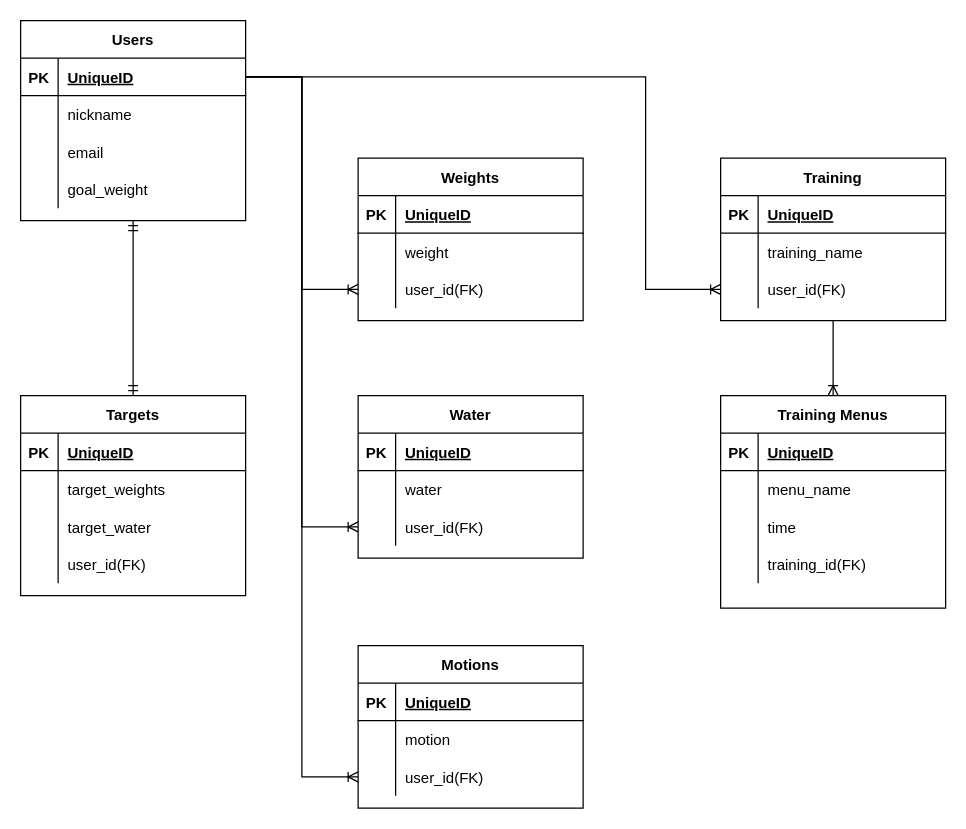
This is dropweight.dio from yukarikariri/dropweight, a draw.io file, before an edit. Source tidied: cells renumbered, new cells numbered last; positions are measured from the earlier drawing's top-left corner, leaving out a move shared by most shapes. Both pictures are drawn from the tidied source at 125%, with x=0, y=0 at pixel (20, 20).
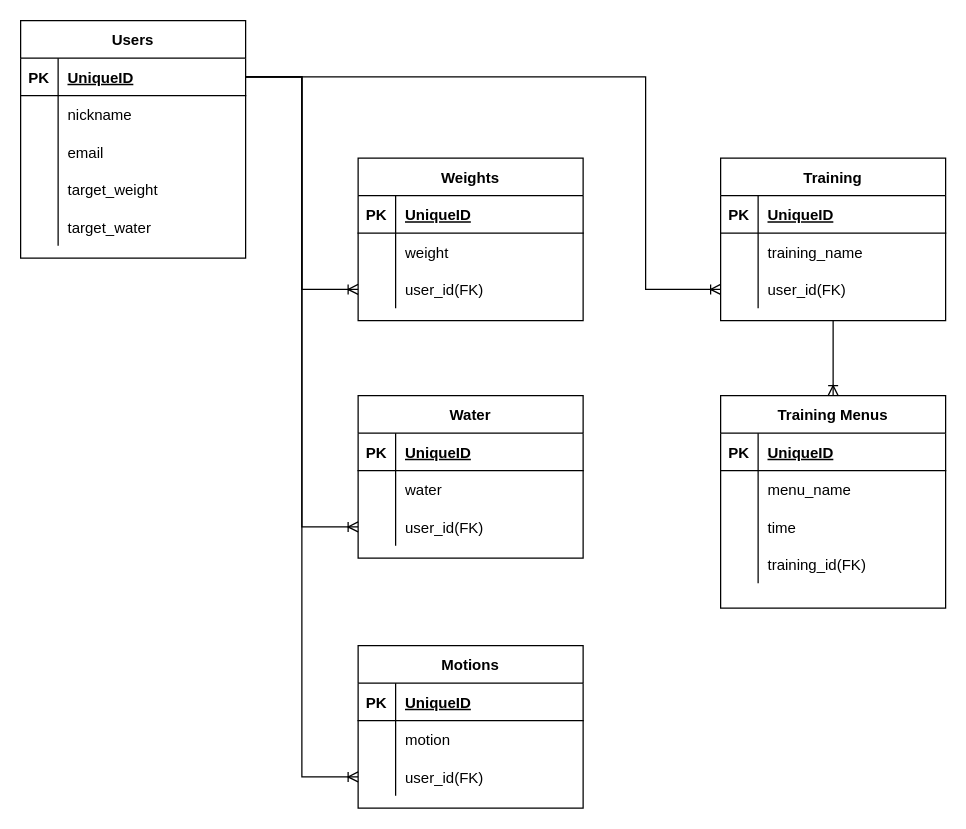
The same page after the edit.

The change refers to these unchanged cells:
```xml
<mxCell id="12" style="shape=partialRectangle;fillColor=none;top=0;left=0;bottom=0;right=0;" parent="2" vertex="1">
  <mxGeometry y="120" width="180" height="30" as="geometry" />
</mxCell>
```

Change to the diagram source:
```diff
@@
     <mxCell id="2" value="Users" style="shape=table;startSize=30;childLayout=tableLayout;rowLines=0;fontStyle=1;align=center;" parent="1" vertex="1">
-      <mxGeometry width="180" height="160" as="geometry" />
+      <mxGeometry width="180" height="190" as="geometry" />
     </mxCell>
@@
-    <mxCell id="14" value="goal_weight" style="shape=partialRectangle;fillColor=none;top=0;left=0;bottom=0;right=0;align=left;spacingLeft=6;overflow=hidden;" parent="12" vertex="1">
+    <mxCell id="14" value="target_weight" style="shape=partialRectangle;fillColor=none;top=0;left=0;bottom=0;right=0;align=left;spacingLeft=6;overflow=hidden;" parent="12" vertex="1">
       <mxGeometry x="30" width="150" height="30" as="geometry" />
     </mxCell>
+    <mxCell id="87" style="shape=partialRectangle;fillColor=none;top=0;left=0;bottom=0;right=0;" parent="2" vertex="1">
+      <mxGeometry y="150" width="180" height="30" as="geometry" />
+    </mxCell>
+    <mxCell id="88" style="shape=partialRectangle;fillColor=none;top=0;left=0;bottom=0;right=0;overflow=hidden;" parent="87" vertex="1">
+      <mxGeometry width="30" height="30" as="geometry" />
+    </mxCell>
+    <mxCell id="54" value="target_water" style="shape=partialRectangle;fillColor=none;top=0;left=0;bottom=0;right=0;align=left;spacingLeft=6;overflow=hidden;" parent="87" vertex="1">
+      <mxGeometry x="30" width="150" height="30" as="geometry" />
+    </mxCell>
@@
-    <mxCell id="45" value="Targets" style="shape=table;startSize=30;childLayout=tableLayout;rowLines=0;fontStyle=1;align=center;" parent="1" vertex="1">
-      <mxGeometry y="300" width="180" height="160" as="geometry" />
-    </mxCell>
-    <mxCell id="46" style="shape=partialRectangle;fillColor=none;top=0;left=0;bottom=1;right=0;" parent="45" vertex="1">
-      <mxGeometry y="30" width="180" height="30" as="geometry" />
-    </mxCell>
-    <mxCell id="47" value="PK" style="shape=partialRectangle;fillColor=none;top=0;left=0;bottom=0;right=0;fontStyle=1;overflow=hidden;" parent="46" vertex="1">
-      <mxGeometry width="30" height="30" as="geometry" />
-    </mxCell>
-    <mxCell id="48" value="UniqueID" style="shape=partialRectangle;fillColor=none;top=0;left=0;bottom=0;right=0;align=left;spacingLeft=6;fontStyle=5;overflow=hidden;" parent="46" vertex="1">
-      <mxGeometry x="30" width="150" height="30" as="geometry" />
-    </mxCell>
-    <mxCell id="49" style="shape=partialRectangle;fillColor=none;top=0;left=0;bottom=0;right=0;" parent="45" vertex="1">
-      <mxGeometry y="60" width="180" height="30" as="geometry" />
-    </mxCell>
-    <mxCell id="50" style="shape=partialRectangle;fillColor=none;top=0;left=0;bottom=0;right=0;overflow=hidden;" parent="49" vertex="1">
-      <mxGeometry width="30" height="30" as="geometry" />
-    </mxCell>
-    <mxCell id="51" value="target_weights" style="shape=partialRectangle;fillColor=none;top=0;left=0;bottom=0;right=0;align=left;spacingLeft=6;overflow=hidden;" parent="49" vertex="1">
-      <mxGeometry x="30" width="150" height="30" as="geometry" />
-    </mxCell>
-    <mxCell id="52" style="shape=partialRectangle;fillColor=none;top=0;left=0;bottom=0;right=0;" parent="45" vertex="1">
-      <mxGeometry y="90" width="180" height="30" as="geometry" />
-    </mxCell>
-    <mxCell id="53" style="shape=partialRectangle;fillColor=none;top=0;left=0;bottom=0;right=0;overflow=hidden;" parent="52" vertex="1">
-      <mxGeometry width="30" height="30" as="geometry" />
-    </mxCell>
-    <mxCell id="54" value="target_water" style="shape=partialRectangle;fillColor=none;top=0;left=0;bottom=0;right=0;align=left;spacingLeft=6;overflow=hidden;" parent="52" vertex="1">
-      <mxGeometry x="30" width="150" height="30" as="geometry" />
-    </mxCell>
-    <mxCell id="55" style="shape=partialRectangle;fillColor=none;top=0;left=0;bottom=0;right=0;" parent="45" vertex="1">
-      <mxGeometry y="120" width="180" height="30" as="geometry" />
-    </mxCell>
-    <mxCell id="56" style="shape=partialRectangle;fillColor=none;top=0;left=0;bottom=0;right=0;overflow=hidden;" parent="55" vertex="1">
-      <mxGeometry width="30" height="30" as="geometry" />
-    </mxCell>
-    <mxCell id="57" value="user_id(FK)" style="shape=partialRectangle;fillColor=none;top=0;left=0;bottom=0;right=0;align=left;spacingLeft=6;overflow=hidden;" parent="55" vertex="1">
-      <mxGeometry x="30" width="150" height="30" as="geometry" />
-    </mxCell>
@@
-    <mxCell id="86" style="fontSize=12;html=1;endArrow=ERmandOne;startArrow=ERmandOne;entryX=0.5;entryY=1;entryDx=0;entryDy=0;exitX=0.5;exitY=0;exitDx=0;exitDy=0;" parent="1" edge="1" source="45" target="2">
-      <mxGeometry relative="1" as="geometry" />
-    </mxCell>
```
